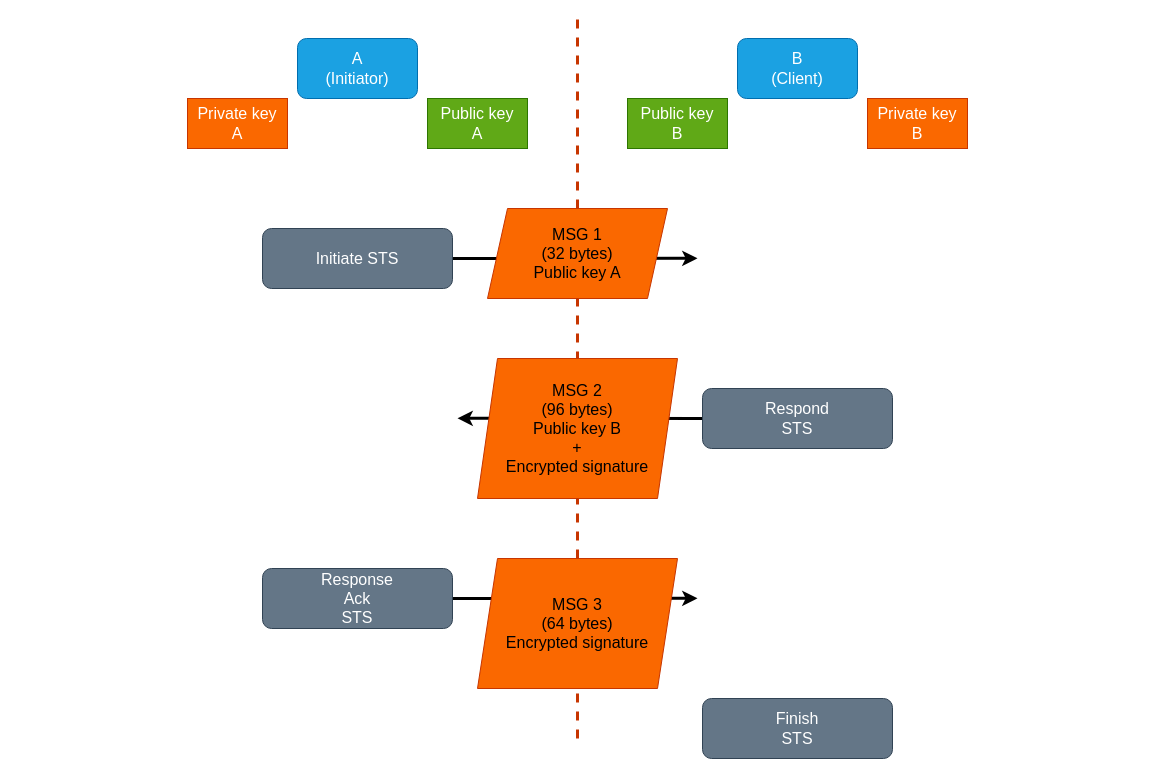
Before: docs/key-exchange-simple.drawio in colorglass/seL4_rpi4, a draw.io diagram. Source tidied: cells renumbered, new cells numbered last; positions are measured from the earlier drawing's top-left corner, leaving out a move shared by most shapes. Both pictures are drawn from the tidied source at 100%, with x=0, y=0 at pixel (187, 18).
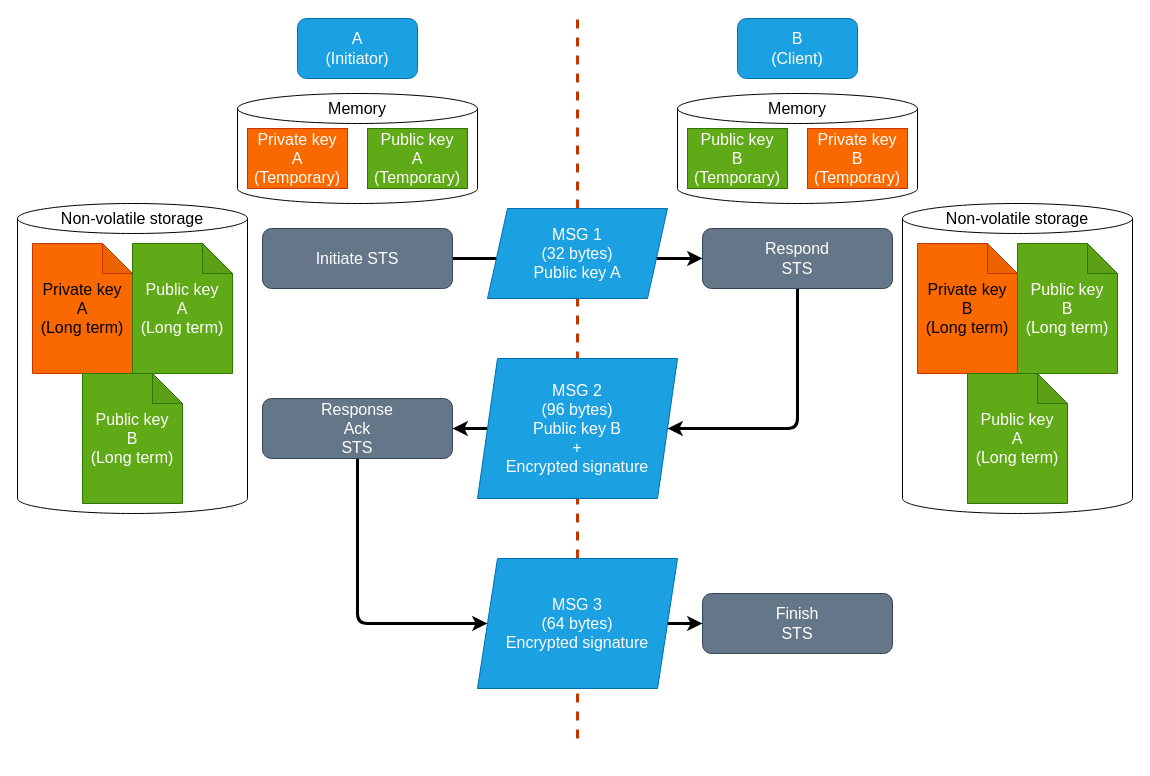
The same page after the edit.

Unchanged cells that the change refers to:
```xml
<mxCell id="10" value="&lt;font style=&quot;font-size: 16px;&quot;&gt;Initiate STS&lt;/font&gt;" style="rounded=1;whiteSpace=wrap;html=1;fillColor=#647687;fontColor=#ffffff;strokeColor=#314354;" parent="1" vertex="1">
  <mxGeometry x="75" y="210" width="190" height="60" as="geometry" />
</mxCell>
```

The edit, as a diff of the source:
```diff
@@
+    <mxCell id="21" style="shape=cylinder3;whiteSpace=wrap;html=1;boundedLbl=1;backgroundOutline=1;size=15;" parent="1" vertex="1">
+      <mxGeometry x="715" y="185" width="230" height="310" as="geometry" />
+    </mxCell>
+    <mxCell id="22" style="shape=cylinder3;whiteSpace=wrap;html=1;boundedLbl=1;backgroundOutline=1;size=15;" parent="1" vertex="1">
+      <mxGeometry x="-170" y="185" width="230" height="310" as="geometry" />
+    </mxCell>
+    <mxCell id="23" style="shape=cylinder3;whiteSpace=wrap;html=1;boundedLbl=1;backgroundOutline=1;size=15;" parent="1" vertex="1">
+      <mxGeometry x="490" y="75" width="240" height="110" as="geometry" />
+    </mxCell>
+    <mxCell id="24" style="shape=cylinder3;whiteSpace=wrap;html=1;boundedLbl=1;backgroundOutline=1;size=15;" parent="1" vertex="1">
+      <mxGeometry x="50" y="75" width="240" height="110" as="geometry" />
+    </mxCell>
     <mxCell id="2" value="A&lt;br&gt;(Initiator)" style="rounded=1;whiteSpace=wrap;html=1;fontSize=16;fontColor=#ffffff;fillColor=#1ba1e2;strokeColor=#006EAF;" parent="1" vertex="1">
-      <mxGeometry x="110" y="20" width="120" height="60" as="geometry" />
+      <mxGeometry x="110" width="120" height="60" as="geometry" />
     </mxCell>
     <mxCell id="3" value="B&lt;br&gt;(Client)" style="rounded=1;whiteSpace=wrap;html=1;fontSize=16;fontColor=#ffffff;fillColor=#1ba1e2;strokeColor=#006EAF;" parent="1" vertex="1">
-      <mxGeometry x="550" y="20" width="120" height="60" as="geometry" />
+      <mxGeometry x="550" width="120" height="60" as="geometry" />
     </mxCell>
@@
-    <mxCell id="5" value="Public key&lt;br&gt;A" style="rounded=0;whiteSpace=wrap;html=1;fontSize=16;fontColor=#ffffff;fillColor=#60a917;strokeColor=#2D7600;" parent="1" vertex="1">
-      <mxGeometry x="240" y="80" width="100" height="50" as="geometry" />
+    <mxCell id="5" value="Public key&lt;br&gt;A&lt;br&gt;(Temporary)" style="rounded=0;whiteSpace=wrap;html=1;fontSize=16;fontColor=#ffffff;fillColor=#60a917;strokeColor=#2D7600;" parent="1" vertex="1">
+      <mxGeometry x="180" y="110" width="100" height="60" as="geometry" />
     </mxCell>
-    <mxCell id="6" value="&lt;font color=&quot;#ffffff&quot;&gt;Private key&lt;br&gt;A&lt;br&gt;&lt;/font&gt;" style="rounded=0;whiteSpace=wrap;html=1;fontSize=16;fontColor=#000000;fillColor=#fa6800;strokeColor=#C73500;" parent="1" vertex="1">
-      <mxGeometry y="80" width="100" height="50" as="geometry" />
+    <mxCell id="6" value="&lt;font color=&quot;#ffffff&quot;&gt;Private key&lt;br&gt;A (Temporary)&lt;br&gt;&lt;/font&gt;" style="rounded=0;whiteSpace=wrap;html=1;fontSize=16;fontColor=#000000;fillColor=#fa6800;strokeColor=#C73500;" parent="1" vertex="1">
+      <mxGeometry x="60" y="110" width="100" height="60" as="geometry" />
     </mxCell>
-    <mxCell id="7" value="Public key&lt;br&gt;B" style="rounded=0;whiteSpace=wrap;html=1;fontSize=16;fontColor=#ffffff;fillColor=#60a917;strokeColor=#2D7600;" parent="1" vertex="1">
-      <mxGeometry x="440" y="80" width="100" height="50" as="geometry" />
+    <mxCell id="7" value="Public key&lt;br&gt;B&lt;br&gt;(Temporary)" style="rounded=0;whiteSpace=wrap;html=1;fontSize=16;fontColor=#ffffff;fillColor=#60a917;strokeColor=#2D7600;" parent="1" vertex="1">
+      <mxGeometry x="500" y="110" width="100" height="60" as="geometry" />
     </mxCell>
-    <mxCell id="8" value="&lt;font color=&quot;#ffffff&quot;&gt;Private key&lt;br&gt;B&lt;br&gt;&lt;/font&gt;" style="rounded=0;whiteSpace=wrap;html=1;fontSize=16;fontColor=#000000;fillColor=#fa6800;strokeColor=#C73500;" parent="1" vertex="1">
-      <mxGeometry x="680" y="80" width="100" height="50" as="geometry" />
+    <mxCell id="8" value="&lt;font color=&quot;#ffffff&quot;&gt;Private key&lt;br&gt;B&lt;br&gt;(Temporary)&lt;br&gt;&lt;/font&gt;" style="rounded=0;whiteSpace=wrap;html=1;fontSize=16;fontColor=#000000;fillColor=#fa6800;strokeColor=#C73500;" parent="1" vertex="1">
+      <mxGeometry x="620" y="110" width="100" height="60" as="geometry" />
     </mxCell>
-    <mxCell id="9" style="edgeStyle=none;html=1;exitX=1;exitY=0.5;exitDx=0;exitDy=0;fontSize=16;strokeWidth=3;" parent="1" edge="1" source="10">
-      <mxGeometry relative="1" as="geometry">
-        <mxPoint x="510" y="239.8" as="targetPoint" />
-      </mxGeometry>
+    <mxCell id="9" style="edgeStyle=none;html=1;exitX=1;exitY=0.5;exitDx=0;exitDy=0;fontSize=16;strokeWidth=3;entryX=0;entryY=0.5;entryDx=0;entryDy=0;" parent="1" edge="1" source="10" target="12">
+      <mxGeometry relative="1" as="geometry" />
     </mxCell>
@@
-    <mxCell id="11" style="edgeStyle=none;html=1;exitX=0;exitY=0.5;exitDx=0;exitDy=0;strokeWidth=3;fontSize=16;" parent="1" edge="1" source="12">
-      <mxGeometry relative="1" as="geometry">
-        <mxPoint x="270" y="399.8" as="targetPoint" />
-      </mxGeometry>
-    </mxCell>
-    <mxCell id="12" value="&lt;font style=&quot;font-size: 16px;&quot;&gt;Respond&lt;br&gt;STS&lt;/font&gt;" style="rounded=1;whiteSpace=wrap;html=1;fillColor=#647687;fontColor=#ffffff;strokeColor=#314354;" parent="1" vertex="1">
-      <mxGeometry x="515" y="370" width="190" height="60" as="geometry" />
-    </mxCell>
-    <mxCell id="13" style="edgeStyle=none;html=1;exitX=1;exitY=0.5;exitDx=0;exitDy=0;strokeWidth=3;fontSize=16;" parent="1" edge="1" source="14">
-      <mxGeometry relative="1" as="geometry">
-        <mxPoint x="510" y="579.8" as="targetPoint" />
-      </mxGeometry>
-    </mxCell>
-    <mxCell id="14" value="&lt;font style=&quot;font-size: 16px;&quot;&gt;Response&lt;br&gt;Ack&lt;br&gt;STS&lt;/font&gt;" style="rounded=1;whiteSpace=wrap;html=1;fillColor=#647687;fontColor=#ffffff;strokeColor=#314354;" parent="1" vertex="1">
-      <mxGeometry x="75" y="550" width="190" height="60" as="geometry" />
-    </mxCell>
     <mxCell id="15" value="&lt;font style=&quot;font-size: 16px;&quot;&gt;Finish&lt;br&gt;STS&lt;/font&gt;" style="rounded=1;whiteSpace=wrap;html=1;fillColor=#647687;fontColor=#ffffff;strokeColor=#314354;" parent="1" vertex="1">
-      <mxGeometry x="515" y="680" width="190" height="60" as="geometry" />
+      <mxGeometry x="515" y="575" width="190" height="60" as="geometry" />
     </mxCell>
@@
-    <mxCell id="17" value="MSG 1&lt;br&gt;(32 bytes)&lt;br&gt;Public key A" style="shape=parallelogram;perimeter=parallelogramPerimeter;whiteSpace=wrap;html=1;fixedSize=1;fontSize=16;fillColor=#fa6800;fontColor=#000000;strokeColor=#C73500;" parent="1" vertex="1">
+    <mxCell id="17" value="MSG 1&lt;br&gt;(32 bytes)&lt;br&gt;Public key A" style="shape=parallelogram;perimeter=parallelogramPerimeter;whiteSpace=wrap;html=1;fixedSize=1;fontSize=16;fillColor=#1ba1e2;fontColor=#ffffff;strokeColor=#006EAF;" parent="1" vertex="1">
       <mxGeometry x="300" y="190" width="180" height="90" as="geometry" />
     </mxCell>
+    <mxCell id="25" style="edgeStyle=none;html=1;exitX=0;exitY=0.5;exitDx=0;exitDy=0;entryX=1;entryY=0.5;entryDx=0;entryDy=0;strokeWidth=3;fontSize=16;" parent="1" edge="1" source="18" target="14">
+      <mxGeometry relative="1" as="geometry" />
+    </mxCell>
-    <mxCell id="18" value="MSG 2&lt;br&gt;(96 bytes)&lt;br&gt;Public key B&lt;br&gt;+&lt;br&gt;Encrypted signature" style="shape=parallelogram;perimeter=parallelogramPerimeter;whiteSpace=wrap;html=1;fixedSize=1;fontSize=16;fillColor=#fa6800;fontColor=#000000;strokeColor=#C73500;" parent="1" vertex="1">
+    <mxCell id="18" value="MSG 2&lt;br&gt;(96 bytes)&lt;br&gt;Public key B&lt;br&gt;+&lt;br&gt;Encrypted signature" style="shape=parallelogram;perimeter=parallelogramPerimeter;whiteSpace=wrap;html=1;fixedSize=1;fontSize=16;fillColor=#1ba1e2;fontColor=#ffffff;strokeColor=#006EAF;" parent="1" vertex="1">
       <mxGeometry x="290" y="340" width="200" height="140" as="geometry" />
     </mxCell>
@@
+    <mxCell id="26" style="edgeStyle=none;html=1;exitX=1;exitY=0.5;exitDx=0;exitDy=0;entryX=0;entryY=0.5;entryDx=0;entryDy=0;strokeWidth=3;fontSize=16;" parent="1" edge="1" source="20" target="15">
+      <mxGeometry relative="1" as="geometry" />
+    </mxCell>
-    <mxCell id="20" value="MSG 3&lt;br&gt;(64 bytes)&lt;br&gt;Encrypted signature" style="shape=parallelogram;perimeter=parallelogramPerimeter;whiteSpace=wrap;html=1;fixedSize=1;fontSize=16;fillColor=#fa6800;fontColor=#000000;strokeColor=#C73500;" parent="1" vertex="1">
+    <mxCell id="20" value="MSG 3&lt;br&gt;(64 bytes)&lt;br&gt;Encrypted signature" style="shape=parallelogram;perimeter=parallelogramPerimeter;whiteSpace=wrap;html=1;fixedSize=1;fontSize=16;fillColor=#1ba1e2;fontColor=#ffffff;strokeColor=#006EAF;" parent="1" vertex="1">
       <mxGeometry x="290" y="540" width="200" height="130" as="geometry" />
     </mxCell>
+    <mxCell id="27" value="&lt;font style=&quot;font-size: 16px;&quot;&gt;Private key&lt;br&gt;A&lt;br&gt;(Long term)&lt;/font&gt;" style="shape=note;whiteSpace=wrap;html=1;backgroundOutline=1;darkOpacity=0.05;fillColor=#fa6800;fontColor=#000000;strokeColor=#C73500;" parent="1" vertex="1">
+      <mxGeometry x="-155" y="225" width="100" height="130" as="geometry" />
+    </mxCell>
+    <mxCell id="28" value="&lt;font style=&quot;font-size: 16px;&quot;&gt;Public key&lt;br&gt;A&lt;br&gt;(Long term)&lt;/font&gt;" style="shape=note;whiteSpace=wrap;html=1;backgroundOutline=1;darkOpacity=0.05;fillColor=#60a917;fontColor=#ffffff;strokeColor=#2D7600;" parent="1" vertex="1">
+      <mxGeometry x="-55" y="225" width="100" height="130" as="geometry" />
+    </mxCell>
+    <mxCell id="29" value="&lt;font style=&quot;font-size: 16px;&quot;&gt;Public key&lt;br&gt;B&lt;br&gt;(Long term)&lt;/font&gt;" style="shape=note;whiteSpace=wrap;html=1;backgroundOutline=1;darkOpacity=0.05;fillColor=#60a917;fontColor=#ffffff;strokeColor=#2D7600;" parent="1" vertex="1">
+      <mxGeometry x="-105" y="355" width="100" height="130" as="geometry" />
+    </mxCell>
+    <mxCell id="30" value="&lt;font style=&quot;font-size: 16px;&quot;&gt;Private key&lt;br&gt;B&lt;br&gt;(Long term)&lt;/font&gt;" style="shape=note;whiteSpace=wrap;html=1;backgroundOutline=1;darkOpacity=0.05;fillColor=#fa6800;fontColor=#000000;strokeColor=#C73500;" parent="1" vertex="1">
+      <mxGeometry x="730" y="225" width="100" height="130" as="geometry" />
+    </mxCell>
+    <mxCell id="31" value="&lt;font style=&quot;font-size: 16px;&quot;&gt;Public key&lt;br&gt;B&lt;br&gt;(Long term)&lt;/font&gt;" style="shape=note;whiteSpace=wrap;html=1;backgroundOutline=1;darkOpacity=0.05;fillColor=#60a917;fontColor=#ffffff;strokeColor=#2D7600;" parent="1" vertex="1">
+      <mxGeometry x="830" y="225" width="100" height="130" as="geometry" />
+    </mxCell>
+    <mxCell id="32" value="&lt;font style=&quot;font-size: 16px;&quot;&gt;Public key&lt;br&gt;A&lt;br&gt;(Long term)&lt;/font&gt;" style="shape=note;whiteSpace=wrap;html=1;backgroundOutline=1;darkOpacity=0.05;fillColor=#60a917;fontColor=#ffffff;strokeColor=#2D7600;" parent="1" vertex="1">
+      <mxGeometry x="780" y="355" width="100" height="130" as="geometry" />
+    </mxCell>
+    <mxCell id="33" style="edgeStyle=none;html=1;exitX=0.5;exitY=1;exitDx=0;exitDy=0;entryX=1;entryY=0.5;entryDx=0;entryDy=0;fontSize=16;strokeWidth=3;" parent="1" edge="1" source="12" target="18">
+      <mxGeometry relative="1" as="geometry">
+        <Array as="points">
+          <mxPoint x="610" y="410" />
+        </Array>
+      </mxGeometry>
+    </mxCell>
+    <mxCell id="12" value="&lt;font style=&quot;font-size: 16px;&quot;&gt;Respond&lt;br&gt;STS&lt;/font&gt;" style="rounded=1;whiteSpace=wrap;html=1;fillColor=#647687;fontColor=#ffffff;strokeColor=#314354;" parent="1" vertex="1">
+      <mxGeometry x="515" y="210" width="190" height="60" as="geometry" />
+    </mxCell>
+    <mxCell id="34" style="edgeStyle=none;html=1;exitX=0.5;exitY=1;exitDx=0;exitDy=0;entryX=0;entryY=0.5;entryDx=0;entryDy=0;strokeWidth=3;fontSize=16;" parent="1" edge="1" source="14" target="20">
+      <mxGeometry relative="1" as="geometry">
+        <Array as="points">
+          <mxPoint x="170" y="605" />
+        </Array>
+      </mxGeometry>
+    </mxCell>
+    <mxCell id="14" value="&lt;font style=&quot;font-size: 16px;&quot;&gt;Response&lt;br&gt;Ack&lt;br&gt;STS&lt;/font&gt;" style="rounded=1;whiteSpace=wrap;html=1;fillColor=#647687;fontColor=#ffffff;strokeColor=#314354;" parent="1" vertex="1">
+      <mxGeometry x="75" y="380" width="190" height="60" as="geometry" />
+    </mxCell>
+    <mxCell id="35" value="&lt;font style=&quot;font-size: 16px;&quot;&gt;Memory&lt;/font&gt;" style="text;html=1;strokeColor=none;fillColor=none;align=center;verticalAlign=middle;whiteSpace=wrap;rounded=0;" parent="1" vertex="1">
+      <mxGeometry x="140" y="75" width="60" height="30" as="geometry" />
+    </mxCell>
+    <mxCell id="36" value="&lt;font style=&quot;font-size: 16px;&quot;&gt;Memory&lt;/font&gt;" style="text;html=1;strokeColor=none;fillColor=none;align=center;verticalAlign=middle;whiteSpace=wrap;rounded=0;" parent="1" vertex="1">
+      <mxGeometry x="580" y="75" width="60" height="30" as="geometry" />
+    </mxCell>
+    <mxCell id="37" value="&lt;font style=&quot;font-size: 16px;&quot;&gt;Non-volatile storage&lt;/font&gt;" style="text;html=1;strokeColor=none;fillColor=none;align=center;verticalAlign=middle;whiteSpace=wrap;rounded=0;" parent="1" vertex="1">
+      <mxGeometry x="-140" y="185" width="170" height="30" as="geometry" />
+    </mxCell>
+    <mxCell id="38" value="&lt;font style=&quot;font-size: 16px;&quot;&gt;Non-volatile storage&lt;/font&gt;" style="text;html=1;strokeColor=none;fillColor=none;align=center;verticalAlign=middle;whiteSpace=wrap;rounded=0;" parent="1" vertex="1">
+      <mxGeometry x="745" y="185" width="170" height="30" as="geometry" />
+    </mxCell>
```
